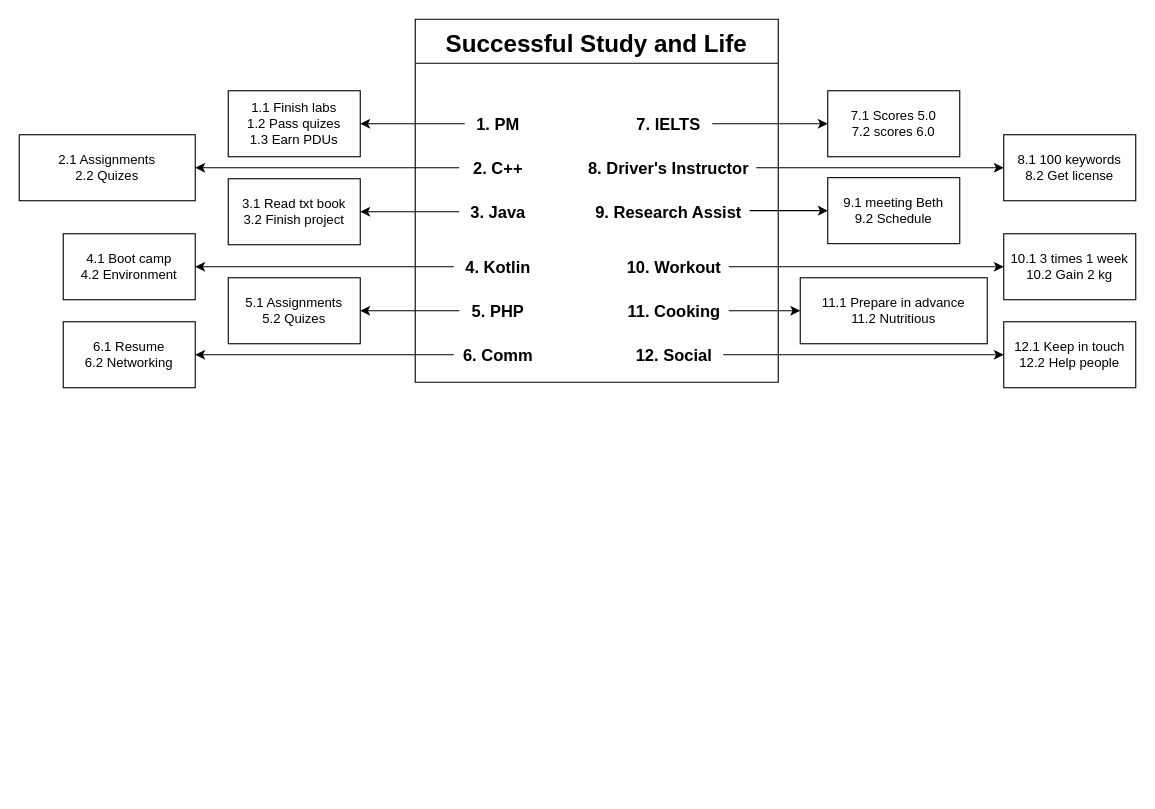
The draw.io diagram Untitled Diagram.drawio in ObeeeWon/Diagrams, before the edit. Source tidied: cells renumbered, new cells numbered last; positions are measured from the earlier drawing's top-left corner, leaving out a move shared by most shapes. Both pictures are drawn from the tidied source at 110%, with x=0, y=0 at pixel (19, 19).
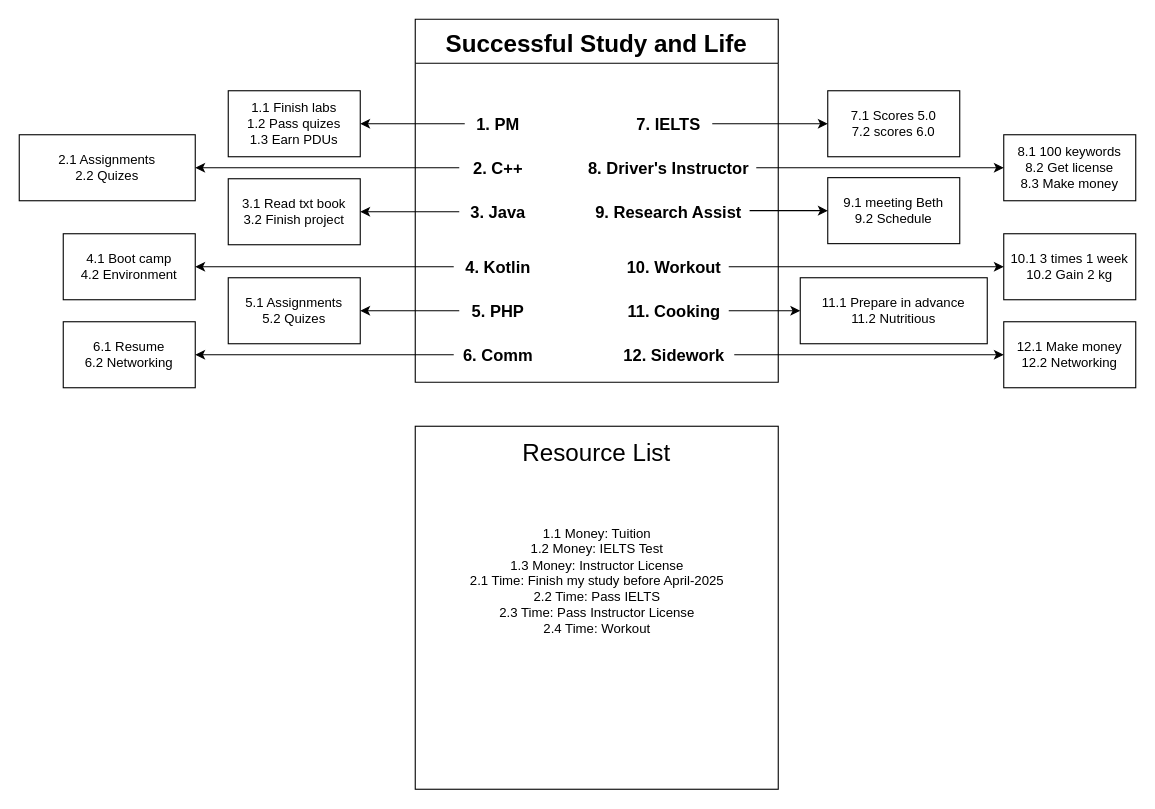
The same page after the edit.

The change refers to these unchanged cells:
```xml
<mxCell id="2" value="Successful Study and Life" style="swimlane;fontSize=22;startSize=40;" parent="1" vertex="1">
  <mxGeometry x="360" width="330" height="330" as="geometry" />
</mxCell>
```

What changed in the source:
```diff
@@
-    <mxCell id="14" value="12. Social" style="text;html=1;align=center;verticalAlign=middle;points=[];strokeColor=none;fillColor=none;fontSize=15;fontStyle=1;" parent="2" vertex="1">
-      <mxGeometry x="190" y="290" width="90" height="30" as="geometry" />
+    <mxCell id="14" value="12. Sidework" style="text;html=1;align=center;verticalAlign=middle;points=[];strokeColor=none;fillColor=none;fontSize=15;fontStyle=1;" parent="2" vertex="1">
+      <mxGeometry x="180" y="290" width="110" height="30" as="geometry" />
     </mxCell>
@@
-    <mxCell id="29" value="8.1 100 keywords&lt;div&gt;8.2 Get license&lt;/div&gt;" style="whiteSpace=wrap;html=1;" parent="1" vertex="1">
+    <mxCell id="29" value="8.1 100 keywords&lt;div&gt;8.2 Get license&lt;br&gt;8.3 Make money&lt;/div&gt;" style="whiteSpace=wrap;html=1;" parent="1" vertex="1">
       <mxGeometry x="895" y="105" width="120" height="60" as="geometry" />
     </mxCell>
@@
-    <mxCell id="36" value="12.1 Keep in touch&lt;div&gt;&lt;span style=&quot;background-color: initial;&quot;&gt;12.2 Help people&lt;/span&gt;&lt;/div&gt;" style="whiteSpace=wrap;html=1;" parent="1" vertex="1">
+    <mxCell id="36" value="12.1 Make money&lt;div&gt;&lt;span style=&quot;background-color: initial;&quot;&gt;12.2 Networking&lt;/span&gt;&lt;/div&gt;" style="whiteSpace=wrap;html=1;" parent="1" vertex="1">
       <mxGeometry x="895" y="275" width="120" height="60" as="geometry" />
     </mxCell>
@@
+    <mxCell id="39" style="whiteSpace=wrap;html=1;" parent="1" vertex="1">
+      <mxGeometry x="360" y="370" width="330" height="330" as="geometry" />
+    </mxCell>
+    <mxCell id="40" value="Resource List" style="text;html=1;align=center;verticalAlign=middle;whiteSpace=wrap;rounded=0;fontSize=22;" parent="1" vertex="1">
+      <mxGeometry x="450" y="370" width="150" height="50" as="geometry" />
+    </mxCell>
+    <mxCell id="41" value="1.1 Money: Tuition&lt;br&gt;1.2 Money: IELTS Test&lt;br&gt;1.3 Money: Instructor License&lt;br&gt;2.1 Time: Finish my study before April-2025&lt;div&gt;2.2 Time: Pass IELTS&lt;br&gt;2.3 Time: Pass Instructor License&lt;br&gt;2.4 Time: Workout&lt;br&gt;&lt;br&gt;&lt;div&gt;&lt;br&gt;&lt;/div&gt;&lt;/div&gt;" style="text;html=1;align=center;verticalAlign=middle;whiteSpace=wrap;rounded=0;" parent="1" vertex="1">
+      <mxGeometry x="387.5" y="440" width="275" height="170" as="geometry" />
+    </mxCell>
```
